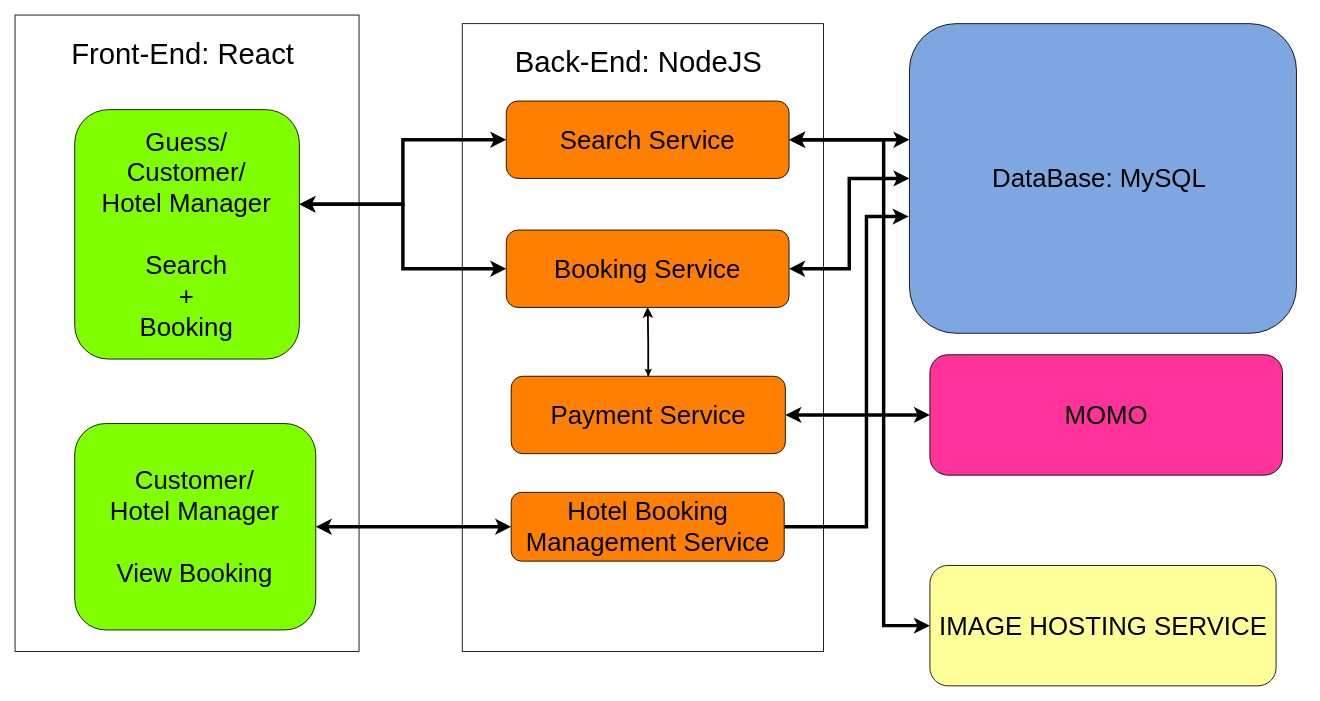
nguyen8amk1/DoAnWebBookingKhachSan keeps this draw.io diagram as design/LowLevelDesign.drawio. Above is the earlier version. Source tidied: cells renumbered, new cells numbered last; positions are measured from the earlier drawing's top-left corner, leaving out a move shared by most shapes. Both pictures are drawn from the tidied source at 86%, with x=0, y=0 at pixel (15, 15).
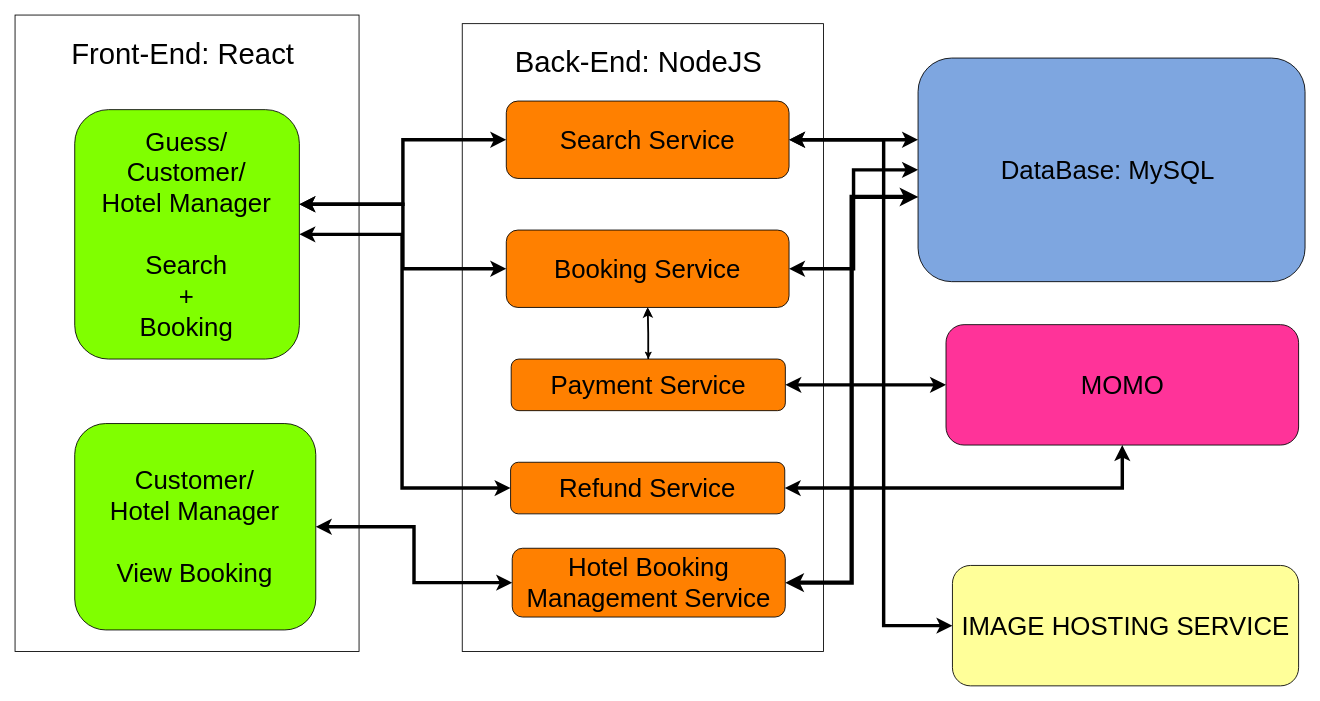
The same page after the edit.

The change refers to these unchanged cells:
```xml
<mxCell id="8" value="Guess/&lt;br&gt;Customer/&lt;br&gt;Hotel Manager&lt;br&gt;&lt;br&gt;Search &lt;br&gt;+&lt;br&gt;Booking" style="rounded=1;whiteSpace=wrap;html=1;fontSize=30;fillColor=#80FF00;" parent="1" vertex="1">
  <mxGeometry x="69.4" y="110" width="261.2" height="290" as="geometry" />
</mxCell>
```

The edit, as a diff of the source:
```diff
@@
     <mxCell id="5" value="IMAGE HOSTING SERVICE" style="rounded=1;whiteSpace=wrap;html=1;fontSize=30;fillColor=#FFFF99;" parent="1" vertex="1">
-      <mxGeometry x="1063.8" y="640" width="402.5" height="140" as="geometry" />
+      <mxGeometry x="1090" y="640" width="402.5" height="140" as="geometry" />
     </mxCell>
     <mxCell id="6" value="MOMO" style="rounded=1;whiteSpace=wrap;html=1;fontSize=30;fillColor=#FF3399;" parent="1" vertex="1">
-      <mxGeometry x="1063.8" y="395" width="410" height="140" as="geometry" />
+      <mxGeometry x="1082.5" y="360" width="410" height="140" as="geometry" />
     </mxCell>
@@
+    <mxCell id="25" style="edgeStyle=orthogonalEdgeStyle;rounded=0;jettySize=auto;html=1;entryX=0;entryY=0.5;entryDx=0;entryDy=0;startArrow=classic;startFill=1;strokeWidth=4;" parent="1" edge="1" source="8" target="27">
+      <mxGeometry relative="1" as="geometry">
+        <Array as="points">
+          <mxPoint x="450" y="255" />
+          <mxPoint x="450" y="550" />
+        </Array>
+      </mxGeometry>
+    </mxCell>
@@
     <mxCell id="19" value="Payment Service" style="rounded=1;whiteSpace=wrap;html=1;fontSize=30;fillColor=#FF8000;" parent="1" vertex="1">
-      <mxGeometry x="576.9" y="420" width="318.8" height="90" as="geometry" />
+      <mxGeometry x="576.9" y="400" width="318.8" height="60" as="geometry" />
     </mxCell>
-    <mxCell id="20" style="edgeStyle=orthogonalEdgeStyle;rounded=0;jettySize=auto;html=1;entryX=-0.002;entryY=0.623;entryDx=0;entryDy=0;entryPerimeter=0;strokeWidth=4;" parent="1" edge="1" source="21" target="22">
-      <mxGeometry relative="1" as="geometry">
-        <Array as="points">
-          <mxPoint x="990" y="595" />
-          <mxPoint x="990" y="234" />
-        </Array>
-      </mxGeometry>
+    <mxCell id="20" style="edgeStyle=orthogonalEdgeStyle;rounded=0;jettySize=auto;html=1;entryX=0.001;entryY=0.621;entryDx=0;entryDy=0;entryPerimeter=0;strokeWidth=5;startArrow=classic;startFill=1;" parent="1" edge="1" source="21" target="22">
+      <mxGeometry relative="1" as="geometry" />
     </mxCell>
     <mxCell id="21" value="Hotel Booking Management Service" style="rounded=1;whiteSpace=wrap;html=1;fontSize=30;fillColor=#FF8000;" parent="1" vertex="1">
-      <mxGeometry x="576.9" y="555" width="317.5" height="80" as="geometry" />
+      <mxGeometry x="578.1" y="620" width="317.5" height="80" as="geometry" />
     </mxCell>
     <mxCell id="22" value="DataBase: MySQL&amp;nbsp;" style="rounded=1;whiteSpace=wrap;html=1;fontSize=30;fillColor=#7EA6E0;" parent="1" vertex="1">
-      <mxGeometry x="1040" y="10" width="450" height="360" as="geometry" />
+      <mxGeometry x="1050" y="50" width="450" height="260" as="geometry" />
     </mxCell>
@@
+    <mxCell id="26" style="edgeStyle=orthogonalEdgeStyle;rounded=0;jettySize=auto;html=1;entryX=0.5;entryY=1;entryDx=0;entryDy=0;strokeWidth=4;startArrow=classic;startFill=1;" parent="1" edge="1" source="27" target="6">
+      <mxGeometry relative="1" as="geometry" />
+    </mxCell>
+    <mxCell id="27" value="Refund Service" style="rounded=1;whiteSpace=wrap;html=1;fontSize=30;fillColor=#FF8000;" parent="1" vertex="1">
+      <mxGeometry x="576.2" y="520" width="318.8" height="60" as="geometry" />
+    </mxCell>
```
